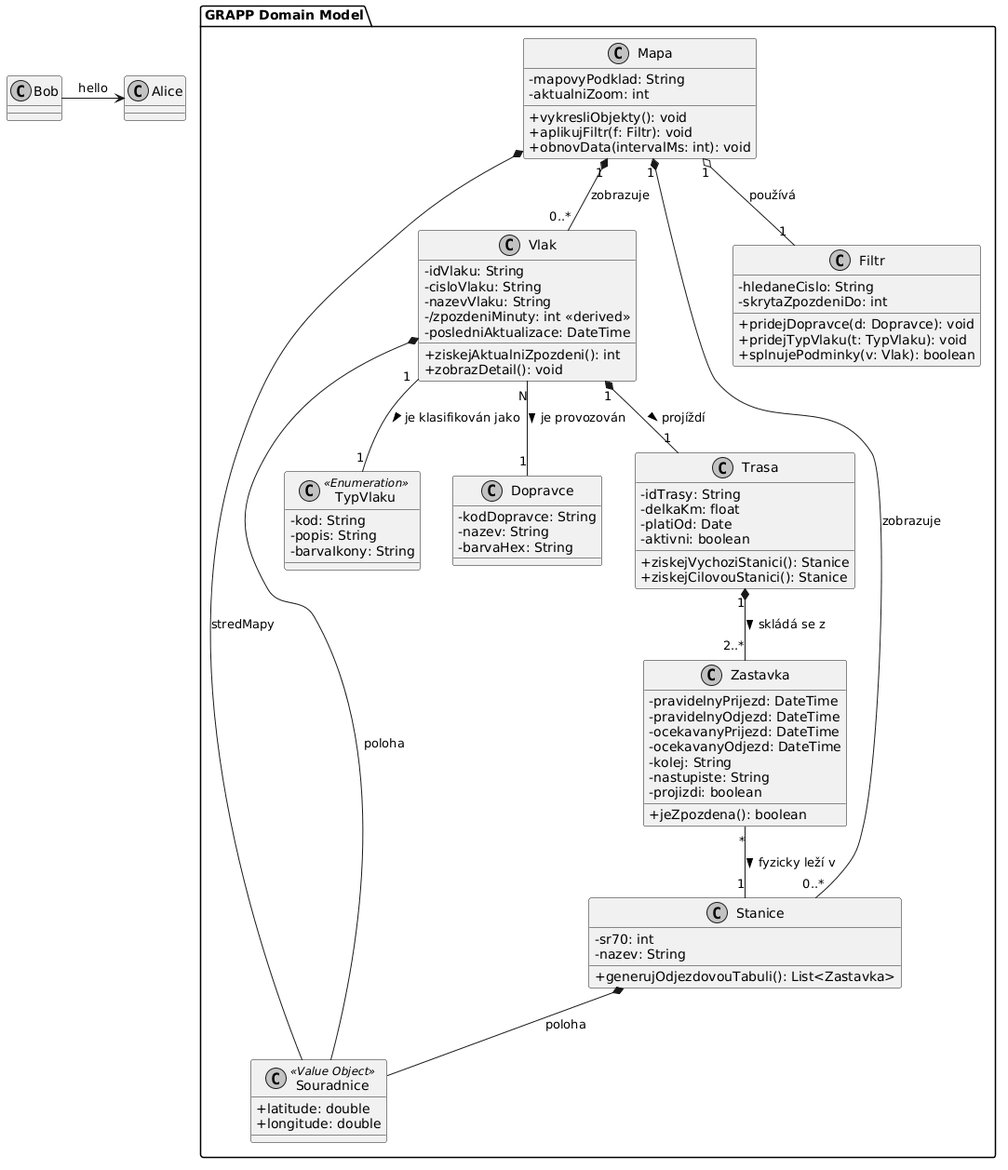
The PlantUML diagram CLASS_DIAGRAM.png in cechdan2/PIS, before a commit.
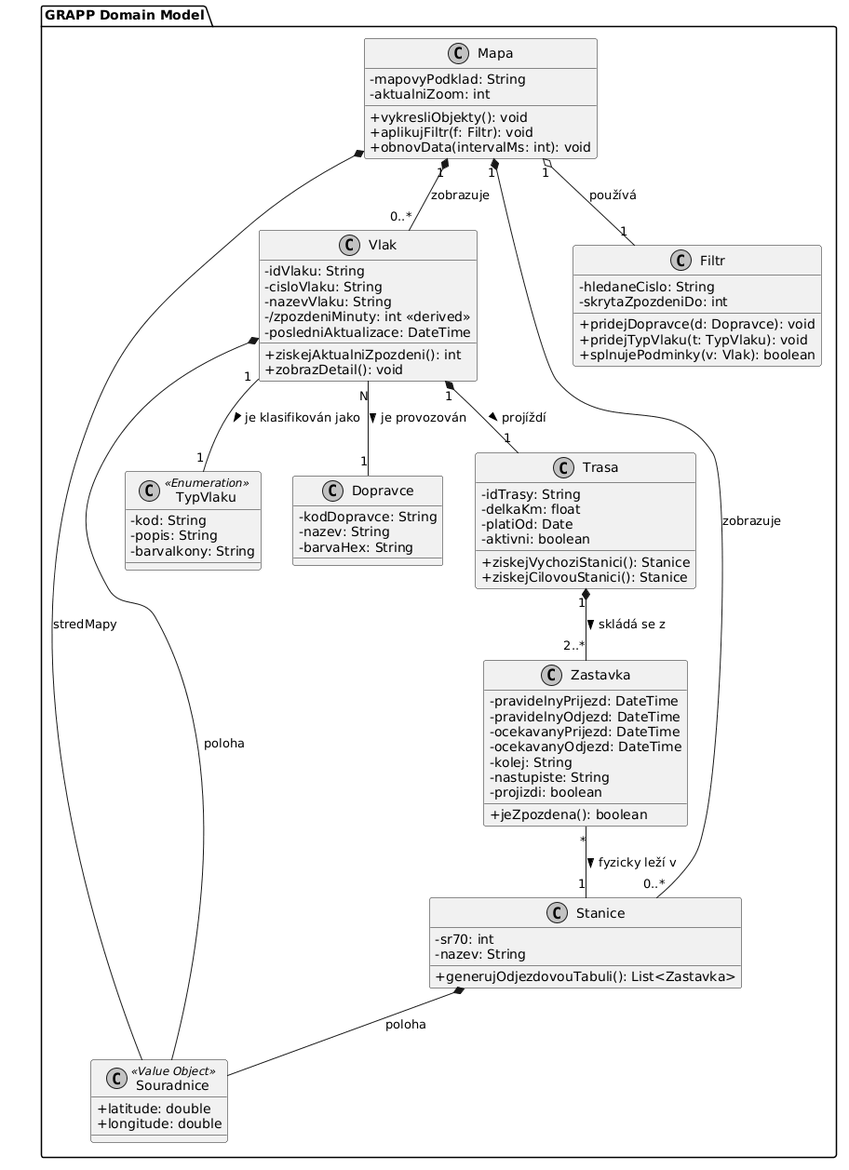
Above is the later version.

Change to the diagram source:
```diff
@@ -1,6 +1,4 @@
 @startuml
-Bob -> Alice : hello
-
 skinparam classAttributeIconSize 0
 skinparam monochrome true
 
```
